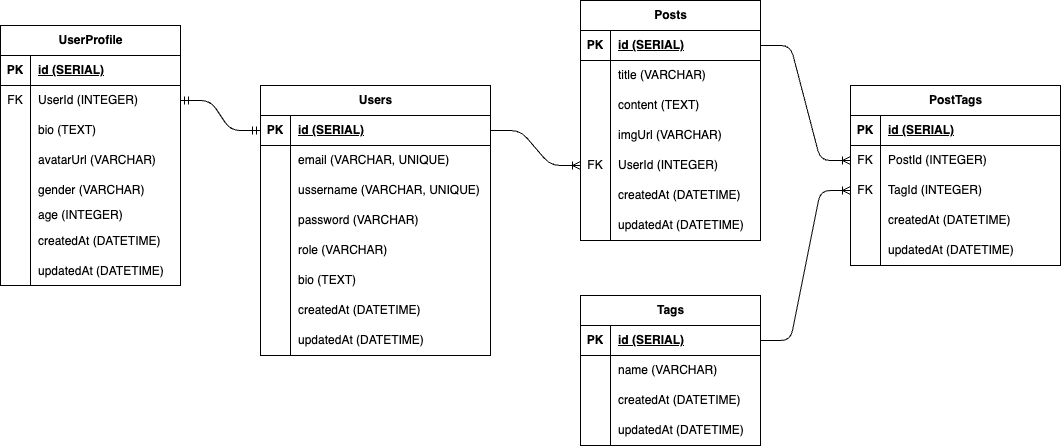
CanSaragih/SocialMedia-Instagram keeps this draw.io diagram as SocialMedia.drawio.png. Above is the earlier version. Source tidied: cells renumbered, new cells last; positions are measured from the earlier drawing's top-left corner, leaving out a move shared by most shapes.
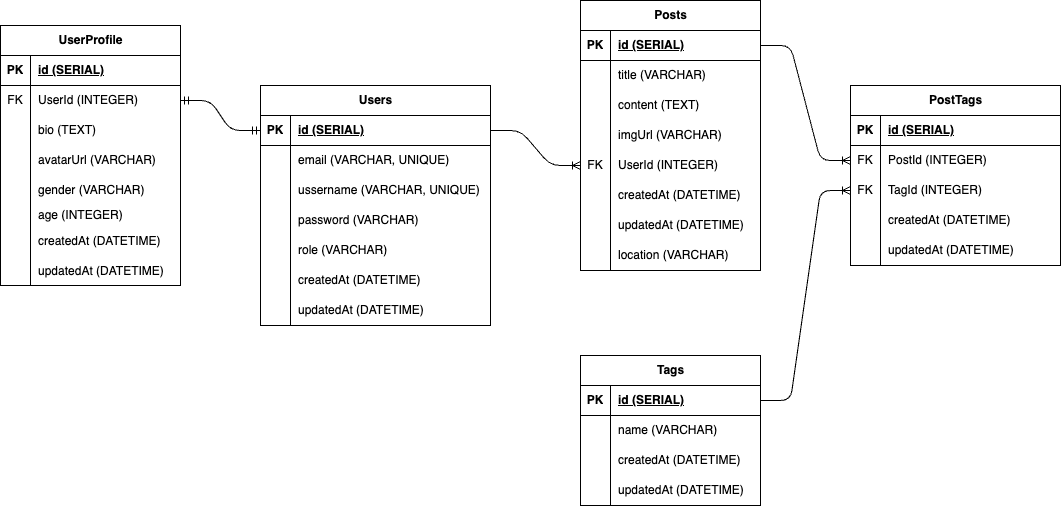
After the commit.

What changed in the source:
```diff
@@ -3,7 +3,7 @@
     <mxCell id="0" />
     <mxCell id="1" parent="0" />
     <mxCell id="2" value="Users" style="shape=table;startSize=30;rowLines=0;fontStyle=1;align=center;html=1;" parent="1" vertex="1">
-      <mxGeometry x="260" y="85" width="230" height="270" as="geometry" />
+      <mxGeometry x="260" y="85" width="230" height="240" as="geometry" />
     </mxCell>
     <mxCell id="3" style="shape=tableRow;horizontal=0;startSize=0;swimlaneHead=0;swimlaneBody=0;fillColor=none;points=[[0,0.5],[1,0.5]];portConstraint=eastwest;top=0;left=0;right=0;bottom=1;" parent="2" vertex="1">
       <mxGeometry y="30" width="230" height="30" as="geometry" />
@@ -56,7 +56,7 @@
     <mxCell id="19" style="shape=partialRectangle;fillColor=none;top=0;left=0;bottom=0;right=0;overflow=hidden;whiteSpace=wrap;html=1;" parent="18" vertex="1">
       <mxGeometry width="30" height="30" as="geometry" />
     </mxCell>
-    <mxCell id="20" value="&lt;span style=&quot;color: rgb(0, 0, 0); text-wrap-mode: nowrap;&quot;&gt;bio (TEXT)&lt;/span&gt;" style="shape=partialRectangle;fillColor=none;top=0;left=0;bottom=0;right=0;align=left;spacingLeft=6;overflow=hidden;whiteSpace=wrap;html=1;" parent="18" vertex="1">
+    <mxCell id="20" value="&lt;span style=&quot;color: rgb(0, 0, 0); text-wrap-mode: nowrap;&quot;&gt;createdAt&amp;nbsp;(DATETIME)&lt;/span&gt;" style="shape=partialRectangle;fillColor=none;top=0;left=0;bottom=0;right=0;align=left;spacingLeft=6;overflow=hidden;whiteSpace=wrap;html=1;" parent="18" vertex="1">
       <mxGeometry x="30" width="200" height="30" as="geometry" />
     </mxCell>
     <mxCell id="21" style="shape=tableRow;horizontal=0;startSize=0;swimlaneHead=0;swimlaneBody=0;fillColor=none;top=0;left=0;right=0;bottom=0;" parent="2" vertex="1">
@@ -65,18 +65,9 @@
     <mxCell id="22" style="shape=partialRectangle;fillColor=none;top=0;left=0;bottom=0;right=0;overflow=hidden;whiteSpace=wrap;html=1;" parent="21" vertex="1">
       <mxGeometry width="30" height="30" as="geometry" />
     </mxCell>
-    <mxCell id="23" value="&lt;span style=&quot;color: rgb(0, 0, 0); text-wrap-mode: nowrap;&quot;&gt;createdAt (DATETIME)&lt;/span&gt;" style="shape=partialRectangle;fillColor=none;top=0;left=0;bottom=0;right=0;align=left;spacingLeft=6;overflow=hidden;whiteSpace=wrap;html=1;" parent="21" vertex="1">
+    <mxCell id="23" value="&lt;span style=&quot;color: rgb(0, 0, 0); text-wrap-mode: nowrap;&quot;&gt;updatedAt (DATETIME)&lt;/span&gt;" style="shape=partialRectangle;fillColor=none;top=0;left=0;bottom=0;right=0;align=left;spacingLeft=6;overflow=hidden;whiteSpace=wrap;html=1;" parent="21" vertex="1">
       <mxGeometry x="30" width="200" height="30" as="geometry" />
     </mxCell>
-    <mxCell id="24" style="shape=tableRow;horizontal=0;startSize=0;swimlaneHead=0;swimlaneBody=0;fillColor=none;top=0;left=0;right=0;bottom=0;" parent="2" vertex="1">
-      <mxGeometry y="240" width="230" height="30" as="geometry" />
-    </mxCell>
-    <mxCell id="25" style="shape=partialRectangle;fillColor=none;top=0;left=0;bottom=0;right=0;overflow=hidden;whiteSpace=wrap;html=1;" parent="24" vertex="1">
-      <mxGeometry width="30" height="30" as="geometry" />
-    </mxCell>
-    <mxCell id="26" value="&lt;span style=&quot;color: rgb(0, 0, 0); text-wrap-mode: nowrap;&quot;&gt;updatedAt (DATETIME)&lt;/span&gt;" style="shape=partialRectangle;fillColor=none;top=0;left=0;bottom=0;right=0;align=left;spacingLeft=6;overflow=hidden;whiteSpace=wrap;html=1;" parent="24" vertex="1">
-      <mxGeometry x="30" width="200" height="30" as="geometry" />
-    </mxCell>
     <mxCell id="27" value="UserProfile" style="shape=table;startSize=30;rowLines=0;fontStyle=1;align=center;html=1;" parent="1" vertex="1">
       <mxGeometry y="25" width="180" height="260" as="geometry" />
     </mxCell>
@@ -156,7 +147,7 @@
       <mxGeometry relative="1" as="geometry" />
     </mxCell>
     <mxCell id="53" value="Posts" style="shape=table;startSize=30;rowLines=0;fontStyle=1;align=center;html=1;" parent="1" vertex="1">
-      <mxGeometry x="580" width="180" height="240" as="geometry" />
+      <mxGeometry x="580" width="180" height="270" as="geometry" />
     </mxCell>
     <mxCell id="54" style="shape=tableRow;horizontal=0;startSize=0;swimlaneHead=0;swimlaneBody=0;fillColor=none;points=[[0,0.5],[1,0.5]];portConstraint=eastwest;top=0;left=0;right=0;bottom=1;" parent="53" vertex="1">
       <mxGeometry y="30" width="180" height="30" as="geometry" />
@@ -221,8 +212,17 @@
     <mxCell id="74" value="&lt;span style=&quot;color: rgb(0, 0, 0); text-wrap-mode: nowrap;&quot;&gt;updatedAt (DATETIME)&lt;/span&gt;" style="shape=partialRectangle;fillColor=none;top=0;left=0;bottom=0;right=0;align=left;spacingLeft=6;overflow=hidden;whiteSpace=wrap;html=1;" parent="72" vertex="1">
       <mxGeometry x="30" width="150" height="30" as="geometry" />
     </mxCell>
+    <mxCell id="107" style="shape=tableRow;horizontal=0;startSize=0;swimlaneHead=0;swimlaneBody=0;fillColor=none;top=0;left=0;right=0;bottom=0;" parent="53" vertex="1">
+      <mxGeometry y="240" width="180" height="30" as="geometry" />
+    </mxCell>
+    <mxCell id="25" style="shape=partialRectangle;fillColor=none;top=0;left=0;bottom=0;right=0;overflow=hidden;whiteSpace=wrap;html=1;" parent="107" vertex="1">
+      <mxGeometry width="30" height="30" as="geometry" />
+    </mxCell>
+    <mxCell id="108" value="location (VARCHAR)" style="shape=partialRectangle;fillColor=none;top=0;left=0;bottom=0;right=0;align=left;spacingLeft=6;overflow=hidden;whiteSpace=wrap;html=1;" parent="107" vertex="1">
+      <mxGeometry x="30" width="150" height="30" as="geometry" />
+    </mxCell>
     <mxCell id="75" value="Tags" style="shape=table;startSize=30;rowLines=0;fontStyle=1;align=center;html=1;" parent="1" vertex="1">
-      <mxGeometry x="580" y="295" width="180" height="150" as="geometry" />
+      <mxGeometry x="580" y="355" width="180" height="150" as="geometry" />
     </mxCell>
     <mxCell id="76" style="shape=tableRow;horizontal=0;startSize=0;swimlaneHead=0;swimlaneBody=0;fillColor=none;points=[[0,0.5],[1,0.5]];portConstraint=eastwest;top=0;left=0;right=0;bottom=1;" parent="75" vertex="1">
       <mxGeometry y="30" width="180" height="30" as="geometry" />
```
